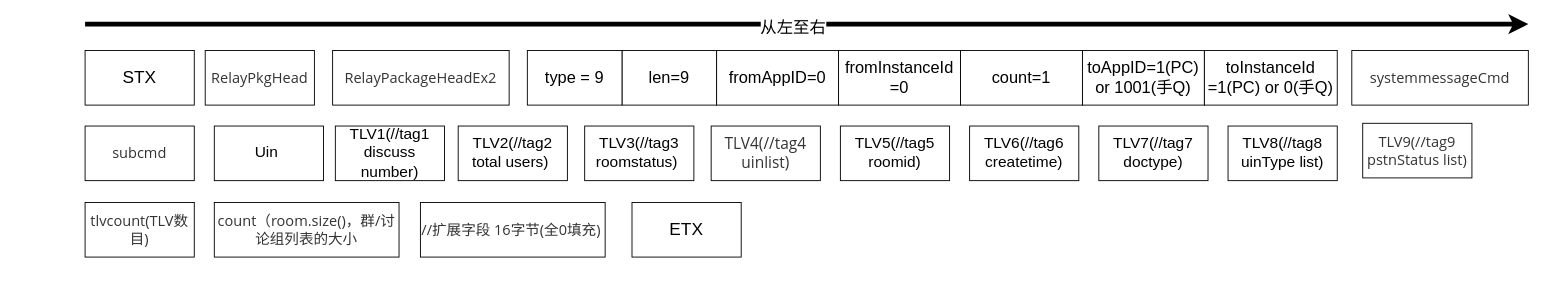
BBQldf/drawIO keeps this draw.io diagram as Untitled Diagram.drawio. Above is the earlier version. Source tidied: cells renumbered, new cells numbered last; positions are measured from the earlier drawing's top-left corner, leaving out a move shared by most shapes. Both pictures are drawn from the tidied source at 91%, with x=0, y=0 at pixel (85, 24).
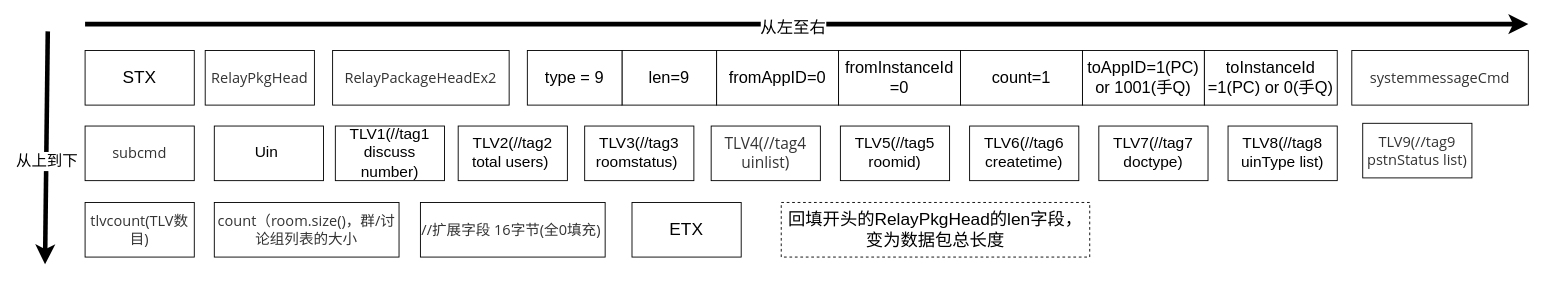
After the change.

The edit, as a diff of the source:
```diff
@@
+    <mxCell id="30" value="&lt;font style=&quot;font-size: 19px;&quot;&gt;回填开头的RelayPkgHead的len字段，变为数据包总长度&lt;/font&gt;" style="rounded=0;whiteSpace=wrap;html=1;dashed=1;" parent="1" vertex="1">
+      <mxGeometry x="765" y="196" width="339" height="60" as="geometry" />
+    </mxCell>
+    <mxCell id="31" style="endArrow=classic;html=1;rounded=0;fontSize=17;strokeWidth=5;" parent="1" edge="1">
+      <mxGeometry relative="1" as="geometry">
+        <mxPoint x="-41" y="8" as="sourcePoint" />
+        <mxPoint x="-44" y="264" as="targetPoint" />
+      </mxGeometry>
+    </mxCell>
+    <mxCell id="32" value="从上到下" style="edgeLabel;html=1;align=center;verticalAlign=middle;fontSize=17;" parent="31" vertex="1">
+      <mxGeometry x="0.12" relative="1" as="geometry" />
+    </mxCell>
```
